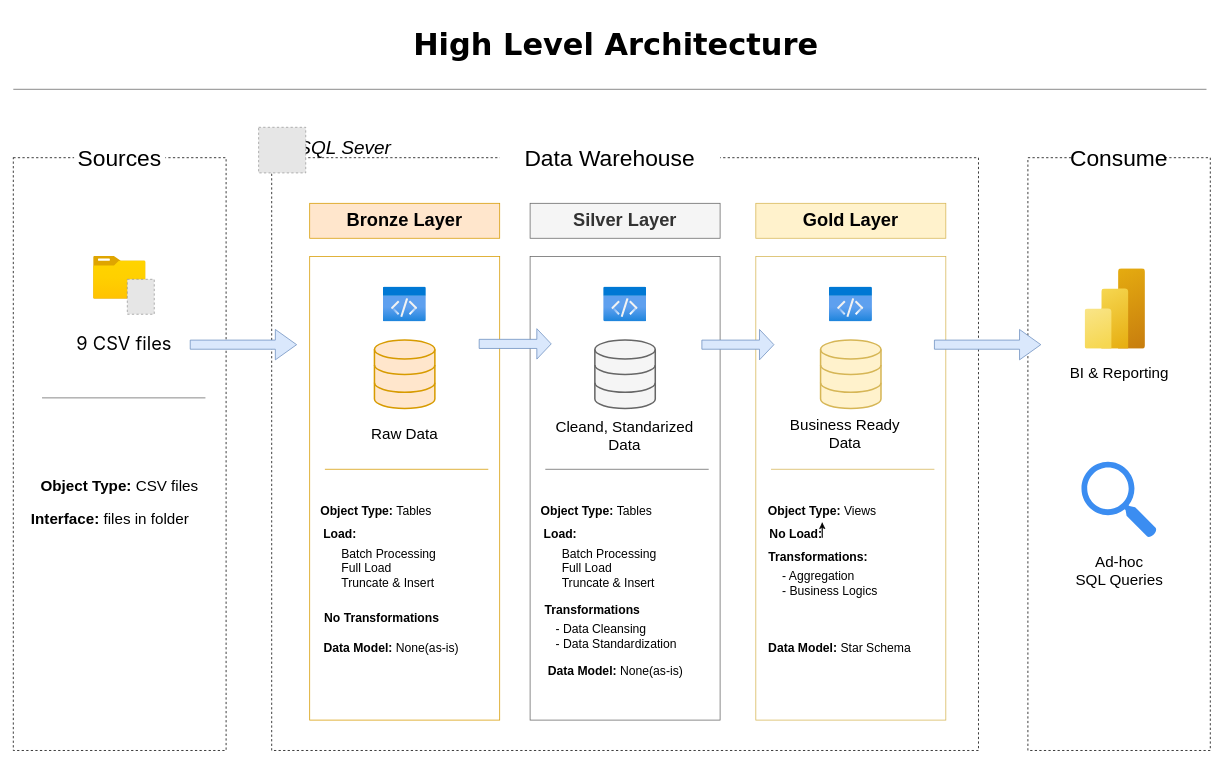
The draw.io diagram docs/architecture.drawio in mennaazabb/olist-sql-data-warehouse, before the edit. Source tidied: cells renumbered, new cells numbered last; positions are measured from the earlier drawing's top-left corner, leaving out a move shared by most shapes. Both pictures are drawn from the tidied source at 76%, with x=0, y=0 at pixel (13, 13). Pictures stored in the file or linked from it are replaced by grey dashed boxes.
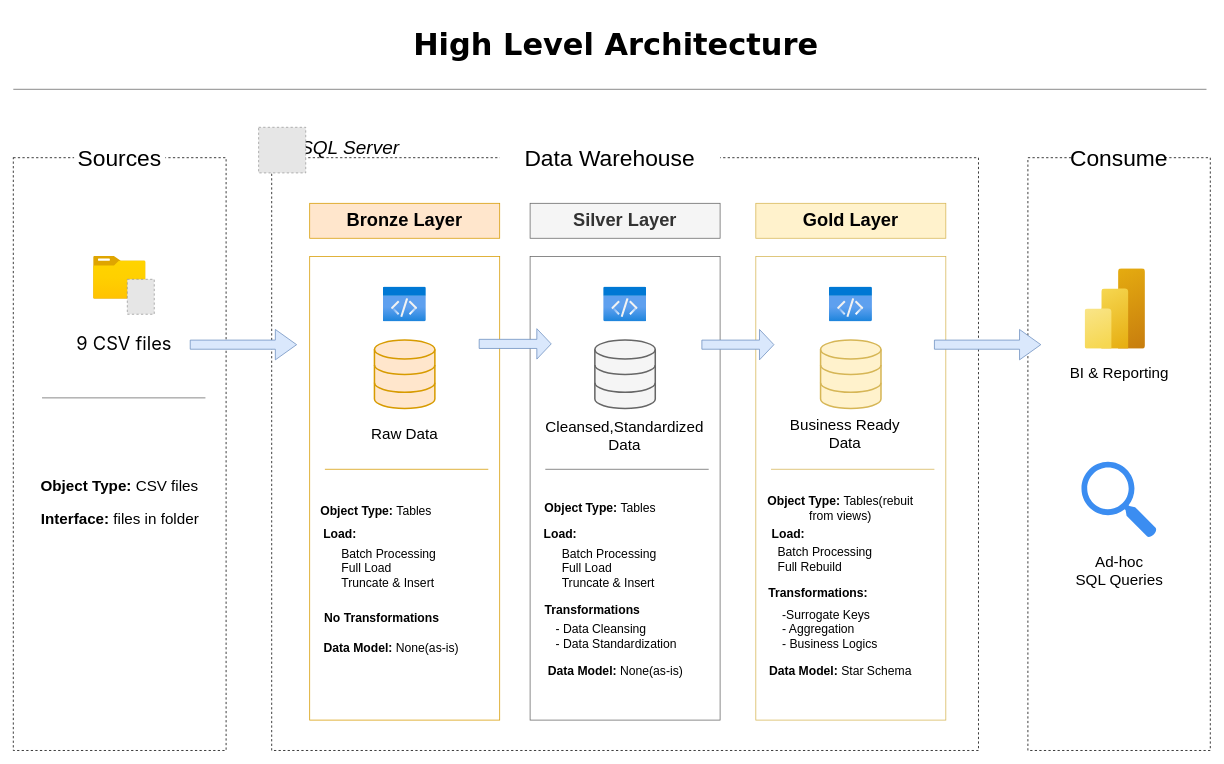
The same page after the edit.

Unchanged cells that the change refers to:
```xml
<mxCell id="16" value="Object Type: &lt;span style=&quot;font-weight: normal;&quot;&gt;Tables&lt;/span&gt;" style="text;html=1;whiteSpace=wrap;strokeColor=none;fillColor=none;align=center;verticalAlign=middle;rounded=0;fontSize=16;fontStyle=1;" parent="1" vertex="1">
  <mxGeometry x="384.8" y="640" width="185.2" height="30" as="geometry" />
</mxCell>
```

The edit, as a diff of the source:
```diff
@@
-    <mxCell id="17" style="edgeStyle=orthogonalEdgeStyle;rounded=0;orthogonalLoop=1;jettySize=auto;html=1;innerLoopWaypoints=1;exitX=0.5;exitY=1;exitDx=0;exitDy=0;defaultLabelBackgroundColor=page;" parent="1" edge="1" source="16" target="16">
-      <mxGeometry relative="1" as="geometry" />
-    </mxCell>
@@
-    <mxCell id="27" value="Cleand, Standarized Data" style="text;html=1;whiteSpace=wrap;strokeColor=none;fillColor=none;align=center;verticalAlign=middle;rounded=0;fontSize=20;" parent="1" vertex="1">
-      <mxGeometry x="712.4" y="532" width="185.2" height="46" as="geometry" />
-    </mxCell>
-    <mxCell id="28" value="Object Type: &lt;span style=&quot;font-weight: normal;&quot;&gt;Tables&lt;/span&gt;" style="text;html=1;whiteSpace=wrap;strokeColor=none;fillColor=none;align=center;verticalAlign=middle;rounded=0;fontSize=16;fontStyle=1;" parent="1" vertex="1">
-      <mxGeometry x="674.8" y="640" width="185.2" height="30" as="geometry" />
-    </mxCell>
-    <mxCell id="29" style="edgeStyle=orthogonalEdgeStyle;rounded=0;orthogonalLoop=1;jettySize=auto;html=1;innerLoopWaypoints=1;exitX=0.5;exitY=1;exitDx=0;exitDy=0;defaultLabelBackgroundColor=page;" parent="1" edge="1" source="28" target="28">
-      <mxGeometry relative="1" as="geometry" />
-    </mxCell>
+    <mxCell id="63" value="Cleansed,Standardized Data" style="text;html=1;whiteSpace=wrap;strokeColor=none;fillColor=none;align=center;verticalAlign=middle;rounded=0;fontSize=20;" parent="1" vertex="1">
+      <mxGeometry x="712.4" y="532" width="185.2" height="46" as="geometry" />
+    </mxCell>
+    <mxCell id="64" style="edgeStyle=orthogonalEdgeStyle;rounded=0;orthogonalLoop=1;jettySize=auto;html=1;innerLoopWaypoints=1;exitX=0.5;exitY=1;exitDx=0;exitDy=0;defaultLabelBackgroundColor=page;" parent="1" edge="1">
+      <mxGeometry relative="1" as="geometry">
+        <mxPoint x="767.4" y="670" as="sourcePoint" />
+        <mxPoint x="767.5" y="670" as="targetPoint" />
+      </mxGeometry>
+    </mxCell>
@@
-    <mxCell id="40" value="Object Type: &lt;span style=&quot;font-weight: normal;&quot;&gt;Views&lt;/span&gt;" style="text;html=1;whiteSpace=wrap;strokeColor=none;fillColor=none;align=center;verticalAlign=middle;rounded=0;fontSize=16;fontStyle=1;" parent="1" vertex="1">
-      <mxGeometry x="971.8" y="640" width="185.2" height="30" as="geometry" />
-    </mxCell>
-    <mxCell id="41" style="edgeStyle=orthogonalEdgeStyle;rounded=0;orthogonalLoop=1;jettySize=auto;html=1;innerLoopWaypoints=1;exitX=0.5;exitY=1;exitDx=0;exitDy=0;defaultLabelBackgroundColor=page;" parent="1" edge="1" source="40" target="40">
-      <mxGeometry relative="1" as="geometry" />
-    </mxCell>
-    <mxCell id="42" value="No Load:" style="text;html=1;whiteSpace=wrap;strokeColor=none;fillColor=none;align=center;verticalAlign=middle;rounded=0;fontSize=16;fontStyle=1;" parent="1" vertex="1">
-      <mxGeometry x="960" y="670" width="140" height="30" as="geometry" />
-    </mxCell>
-    <mxCell id="43" value="&lt;div&gt;&lt;span style=&quot;background-color: transparent; color: light-dark(#000000, var(--ge-light-color, #ffffff));&quot;&gt;- Aggregation&lt;/span&gt;&lt;/div&gt;&lt;div&gt;&lt;span style=&quot;background-color: transparent; color: light-dark(#000000, var(--ge-light-color, #ffffff));&quot;&gt;- Business Logics&lt;/span&gt;&lt;/div&gt;" style="text;html=1;whiteSpace=wrap;strokeColor=none;fillColor=none;align=left;verticalAlign=middle;rounded=0;fontSize=16;" parent="1" vertex="1">
-      <mxGeometry x="1009.5" y="700" width="170" height="100" as="geometry" />
-    </mxCell>
+    <mxCell id="65" style="edgeStyle=orthogonalEdgeStyle;rounded=0;orthogonalLoop=1;jettySize=auto;html=1;innerLoopWaypoints=1;exitX=0.5;exitY=1;exitDx=0;exitDy=0;defaultLabelBackgroundColor=page;" parent="1" edge="1">
+      <mxGeometry relative="1" as="geometry">
+        <mxPoint x="1064.4" y="670" as="sourcePoint" />
+        <mxPoint x="1064.5" y="670" as="targetPoint" />
+      </mxGeometry>
+    </mxCell>
+    <mxCell id="66" value="&lt;div&gt;&lt;span style=&quot;background-color: transparent; color: light-dark(#000000, var(--ge-light-color, #ffffff));&quot;&gt;-Surrogate Keys&lt;/span&gt;&lt;/div&gt;&lt;div&gt;&lt;span style=&quot;background-color: transparent; color: light-dark(#000000, var(--ge-light-color, #ffffff));&quot;&gt;- Aggregation&lt;/span&gt;&lt;/div&gt;&lt;div&gt;&lt;span style=&quot;background-color: transparent; color: light-dark(#000000, var(--ge-light-color, #ffffff));&quot;&gt;- Business Logics&lt;/span&gt;&lt;/div&gt;" style="text;html=1;whiteSpace=wrap;strokeColor=none;fillColor=none;align=left;verticalAlign=middle;rounded=0;fontSize=16;" parent="1" vertex="1">
+      <mxGeometry x="1009.5" y="770" width="170" height="80" as="geometry" />
+    </mxCell>
     <mxCell id="44" value="&amp;nbsp;Transformations:" style="text;html=1;whiteSpace=wrap;strokeColor=none;fillColor=none;align=center;verticalAlign=middle;rounded=0;fontSize=16;fontStyle=1;" parent="1" vertex="1">
-      <mxGeometry x="971.8" y="700" width="170" height="30" as="geometry" />
+      <mxGeometry x="971.8" y="748" width="170" height="30" as="geometry" />
     </mxCell>
     <mxCell id="45" value="Data Model: &lt;span style=&quot;font-weight: normal;&quot;&gt;Star Schema&lt;/span&gt;" style="text;html=1;whiteSpace=wrap;strokeColor=none;fillColor=none;align=center;verticalAlign=middle;rounded=0;fontSize=16;fontStyle=1;" parent="1" vertex="1">
-      <mxGeometry x="990" y="820" width="195" height="30" as="geometry" />
+      <mxGeometry x="991" y="850" width="195" height="30" as="geometry" />
     </mxCell>
@@
     <mxCell id="54" value="Interface: &lt;span style=&quot;font-weight: normal;&quot;&gt;files in folder&lt;/span&gt;" style="text;html=1;whiteSpace=wrap;strokeColor=none;fillColor=none;align=center;verticalAlign=middle;rounded=0;fontSize=20;fontStyle=1;" parent="1" vertex="1">
-      <mxGeometry x="20" y="650" width="215" height="30" as="geometry" />
+      <mxGeometry x="32.5" y="650" width="215" height="30" as="geometry" />
     </mxCell>
@@
-    <mxCell id="59" value="SQL Sever" style="text;html=1;whiteSpace=wrap;strokeColor=none;fillColor=none;align=center;verticalAlign=middle;rounded=0;fontSize=25;fontStyle=2;" parent="1" vertex="1">
-      <mxGeometry x="372.8" y="160" width="127.4" height="30" as="geometry" />
-    </mxCell>
+    <mxCell id="67" value="SQL Server" style="text;html=1;whiteSpace=wrap;strokeColor=none;fillColor=none;align=center;verticalAlign=middle;rounded=0;fontSize=25;fontStyle=2;" parent="1" vertex="1">
+      <mxGeometry x="372.8" y="160" width="140" height="30" as="geometry" />
+    </mxCell>
@@
+    <mxCell id="28" value="Object Type: &lt;span style=&quot;font-weight: normal;&quot;&gt;Tables&lt;/span&gt;" style="text;html=1;whiteSpace=wrap;strokeColor=none;fillColor=none;align=center;verticalAlign=middle;rounded=0;fontSize=16;fontStyle=1;" parent="1" vertex="1">
+      <mxGeometry x="680" y="636" width="185.2" height="30" as="geometry" />
+    </mxCell>
+    <mxCell id="68" value="Object Type: &lt;span style=&quot;font-weight: normal;&quot;&gt;Tables(rebuit from views)&lt;/span&gt;" style="text;html=1;whiteSpace=wrap;strokeColor=none;fillColor=none;align=center;verticalAlign=middle;rounded=0;fontSize=16;fontStyle=1;" parent="1" vertex="1">
+      <mxGeometry x="977" y="636" width="223" height="30" as="geometry" />
+    </mxCell>
+    <mxCell id="69" value="Load:" style="text;html=1;whiteSpace=wrap;strokeColor=none;fillColor=none;align=center;verticalAlign=middle;rounded=0;fontSize=16;fontStyle=1;" parent="1" vertex="1">
+      <mxGeometry x="950.4" y="670" width="140" height="30" as="geometry" />
+    </mxCell>
+    <mxCell id="70" value="Batch Processing&lt;div&gt;Full Rebuild&lt;/div&gt;" style="text;html=1;whiteSpace=wrap;strokeColor=none;fillColor=none;align=left;verticalAlign=middle;rounded=0;fontSize=16;" parent="1" vertex="1">
+      <mxGeometry x="1003.5" y="688" width="170" height="60" as="geometry" />
+    </mxCell>
```
